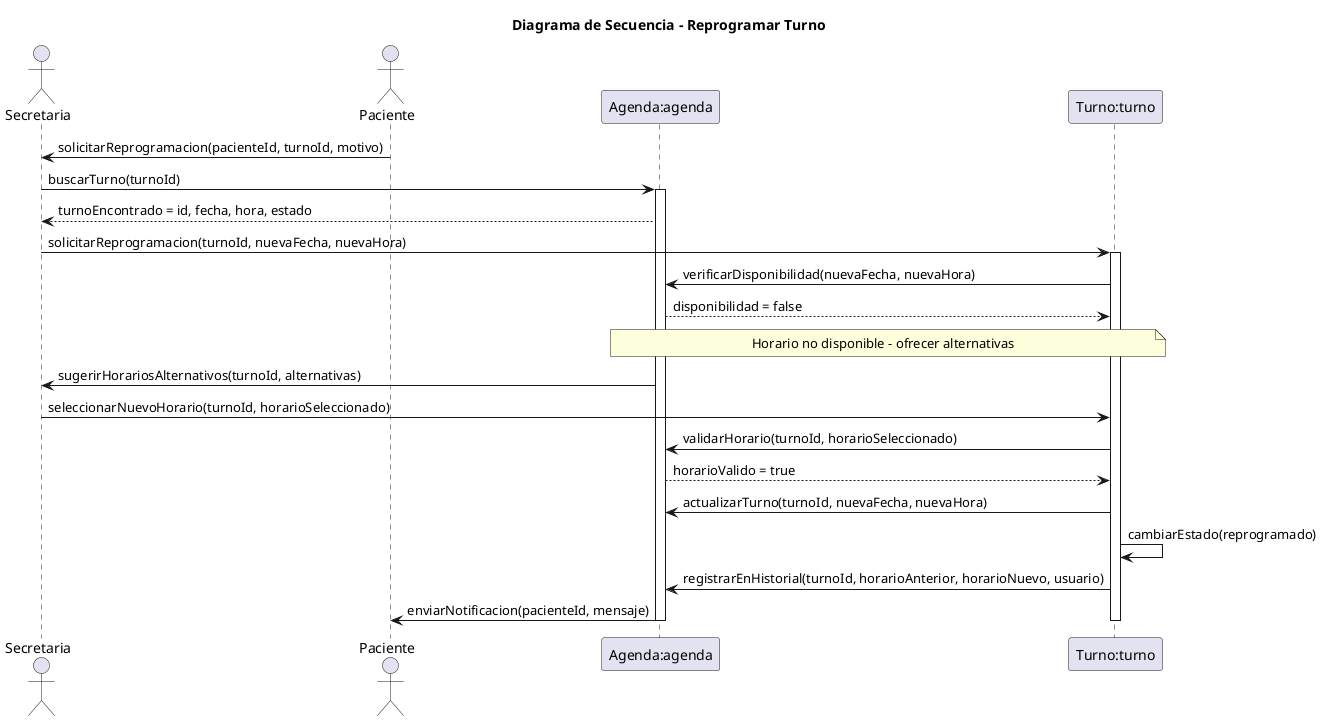
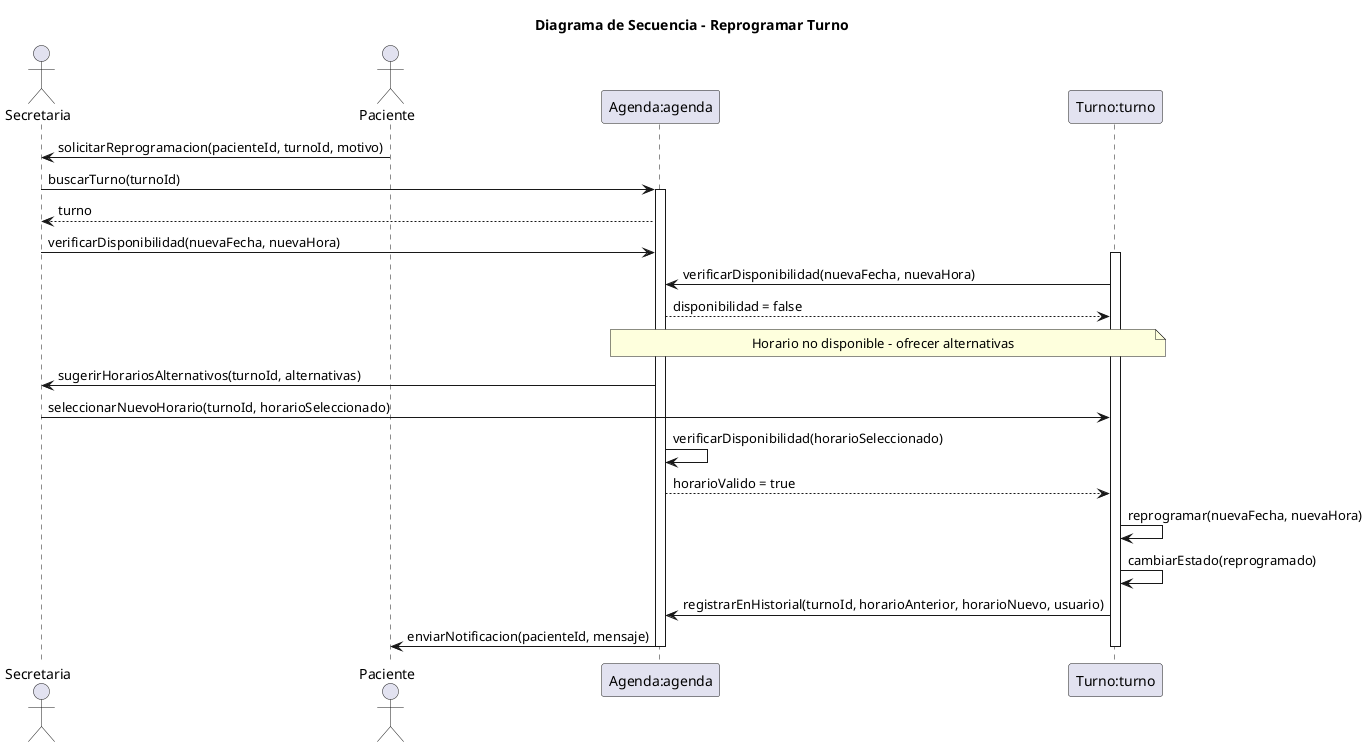
@startuml 02-secuencia-reprogramar-turno-05

title Diagrama de Secuencia - Reprogramar Turno
' Nombre del escenario: Reprogramar Turno - Flujo Alterno
' Archivo: diagramas/03-escenarios-casos-de-uso/03-reprogramar-turno-flujo-alterno.md
' Objetivo: Representar la reprogramación de un turno por conflicto de horario, involucrando secretaria, paciente y sistema, basado en responsabilidades de CRC (Secretaria gestiona turnos, Turno reprograma, Agenda verifica disponibilidad).

actor Secretaria as secretaria
actor Paciente as paciente
participant "Agenda:agenda" as agenda
participant "Turno:turno" as turno

paciente -> secretaria: solicitarReprogramacion(pacienteId, turnoId, motivo)

secretaria -> agenda: buscarTurno(turnoId)
activate agenda

- agenda --> secretaria: turnoEncontrado = id, fecha, hora, estado
+ agenda --> secretaria: turno

- secretaria -> turno: solicitarReprogramacion(turnoId, nuevaFecha, nuevaHora)
+ secretaria -> agenda: verificarDisponibilidad(nuevaFecha, nuevaHora)
activate turno

turno -> agenda: verificarDisponibilidad(nuevaFecha, nuevaHora)
agenda --> turno: disponibilidad = false
note over agenda, turno : Horario no disponible - ofrecer alternativas

agenda -> secretaria: sugerirHorariosAlternativos(turnoId, alternativas)
secretaria -> turno: seleccionarNuevoHorario(turnoId, horarioSeleccionado)

- turno -> agenda: validarHorario(turnoId, horarioSeleccionado)
+ agenda -> agenda: verificarDisponibilidad(horarioSeleccionado)
agenda --> turno: horarioValido = true
- turno -> agenda: actualizarTurno(turnoId, nuevaFecha, nuevaHora)
+ turno -> turno: reprogramar(nuevaFecha, nuevaHora)
turno -> turno: cambiarEstado(reprogramado)
turno -> agenda: registrarEnHistorial(turnoId, horarioAnterior, horarioNuevo, usuario)

agenda -> paciente: enviarNotificacion(pacienteId, mensaje)

deactivate turno
deactivate agenda
@enduml
